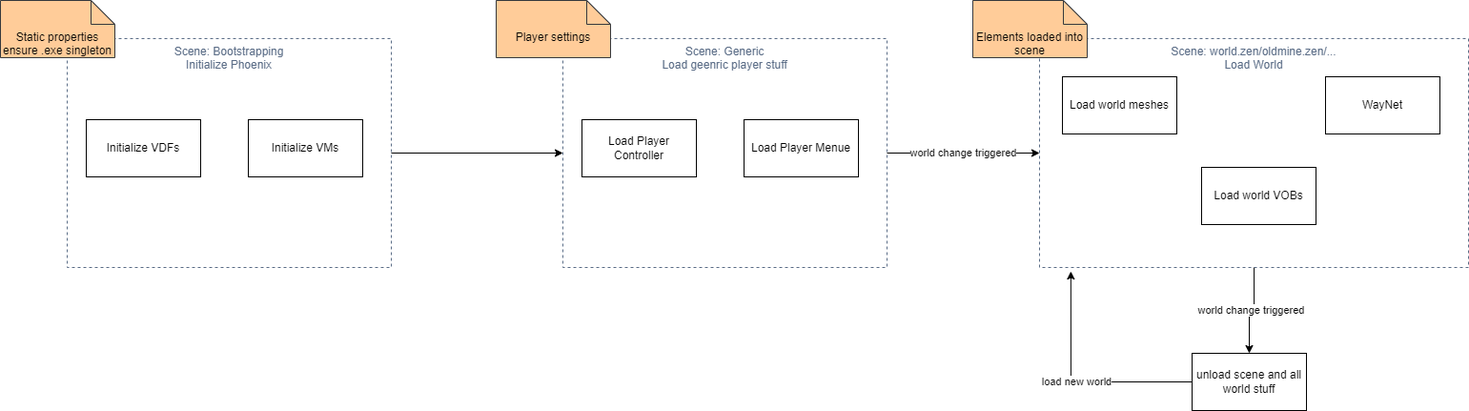
Above: docs/assets/diagrams/SceneLoading.drawio.png in GothicVRProject/GothicVR (draw.io), before the change. Source tidied: cells renumbered, new cells last; positions are measured from the earlier drawing's top-left corner, leaving out a move shared by most shapes.
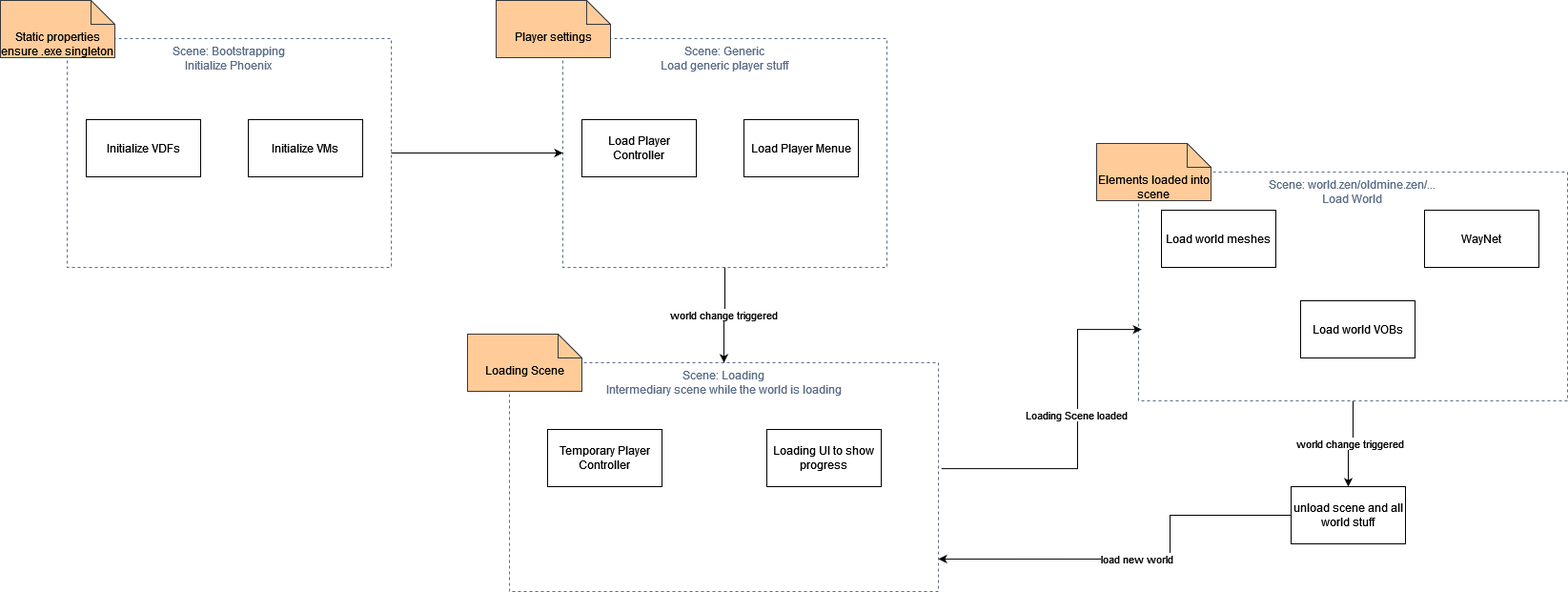
After the change.

Commit message:
coroutine world and vob creation

The edit, as a diff of the source:
```diff
@@ -6,22 +6,22 @@
       <mxGeometry relative="1" as="geometry" />
     </mxCell>
     <mxCell id="3" value="Scene: world.zen/oldmine.zen/...&lt;br&gt;Load World" style="fillColor=none;strokeColor=#5A6C86;dashed=1;verticalAlign=top;fontStyle=0;fontColor=#5A6C86;whiteSpace=wrap;html=1;" parent="1" vertex="1">
-      <mxGeometry x="1090" y="40" width="450" height="240" as="geometry" />
+      <mxGeometry x="1194" y="180" width="450" height="240" as="geometry" />
     </mxCell>
-    <mxCell id="4" value="world change triggered" style="edgeStyle=orthogonalEdgeStyle;rounded=0;jettySize=auto;html=1;" parent="1" edge="1" source="5" target="3">
+    <mxCell id="4" value="world change triggered" style="edgeStyle=orthogonalEdgeStyle;rounded=0;jettySize=auto;html=1;entryX=0.5;entryY=0;entryDx=0;entryDy=0;" parent="1" edge="1" source="5" target="22">
       <mxGeometry relative="1" as="geometry" />
     </mxCell>
-    <mxCell id="5" value="Scene: Generic&lt;br&gt;Load geenric player stuff" style="fillColor=none;strokeColor=#5A6C86;dashed=1;verticalAlign=top;fontStyle=0;fontColor=#5A6C86;whiteSpace=wrap;html=1;" parent="1" vertex="1">
+    <mxCell id="5" value="Scene: Generic&lt;br&gt;Load generic player stuff" style="fillColor=none;strokeColor=#5A6C86;dashed=1;verticalAlign=top;fontStyle=0;fontColor=#5A6C86;whiteSpace=wrap;html=1;" parent="1" vertex="1">
       <mxGeometry x="590" y="40" width="340" height="240" as="geometry" />
     </mxCell>
     <mxCell id="6" value="Load world meshes" style="rounded=0;whiteSpace=wrap;html=1;" parent="1" vertex="1">
-      <mxGeometry x="1114" y="80" width="120" height="60" as="geometry" />
+      <mxGeometry x="1218" y="220" width="120" height="60" as="geometry" />
     </mxCell>
     <mxCell id="7" value="Load world VOBs" style="rounded=0;whiteSpace=wrap;html=1;" parent="1" vertex="1">
-      <mxGeometry x="1260" y="175" width="120" height="60" as="geometry" />
+      <mxGeometry x="1364" y="315" width="120" height="60" as="geometry" />
     </mxCell>
     <mxCell id="8" value="WayNet" style="rounded=0;whiteSpace=wrap;html=1;" parent="1" vertex="1">
-      <mxGeometry x="1390" y="80" width="120" height="60" as="geometry" />
+      <mxGeometry x="1494" y="220" width="120" height="60" as="geometry" />
     </mxCell>
     <mxCell id="9" value="Load Player Menue" style="rounded=0;whiteSpace=wrap;html=1;" parent="1" vertex="1">
       <mxGeometry x="780" y="125" width="120" height="60" as="geometry" />
@@ -29,21 +29,22 @@
     <mxCell id="10" value="Load Player Controller" style="rounded=0;whiteSpace=wrap;html=1;" parent="1" vertex="1">
       <mxGeometry x="610" y="125" width="120" height="60" as="geometry" />
     </mxCell>
-    <mxCell id="11" value="load new world" style="edgeStyle=orthogonalEdgeStyle;rounded=0;jettySize=auto;html=1;entryX=0.073;entryY=1.017;entryDx=0;entryDy=0;entryPerimeter=0;exitX=0;exitY=0.5;exitDx=0;exitDy=0;" parent="1" edge="1" source="12" target="3">
+    <mxCell id="11" value="load new world" style="edgeStyle=orthogonalEdgeStyle;rounded=0;jettySize=auto;html=1;entryX=1;entryY=0.858;entryDx=0;entryDy=0;entryPerimeter=0;exitX=0;exitY=0.5;exitDx=0;exitDy=0;" parent="1" edge="1" source="12" target="22">
       <mxGeometry relative="1" as="geometry">
         <Array as="points">
-          <mxPoint x="1123" y="400" />
+          <mxPoint x="1227" y="540" />
+          <mxPoint x="1227" y="586" />
         </Array>
       </mxGeometry>
     </mxCell>
     <mxCell id="12" value="unload scene and all world stuff" style="rounded=0;whiteSpace=wrap;html=1;" parent="1" vertex="1">
-      <mxGeometry x="1250" y="370" width="120" height="60" as="geometry" />
+      <mxGeometry x="1354" y="510" width="120" height="60" as="geometry" />
     </mxCell>
     <mxCell id="13" value="Player settings" style="shape=note2;boundedLbl=1;whiteSpace=wrap;html=1;size=25;verticalAlign=top;align=center;fillColor=#ffcc99;strokeColor=#36393d;" parent="1" vertex="1">
       <mxGeometry x="520" width="120" height="60" as="geometry" />
     </mxCell>
     <mxCell id="14" value="Elements loaded into scene" style="shape=note2;boundedLbl=1;whiteSpace=wrap;html=1;size=25;verticalAlign=top;align=center;fillColor=#ffcc99;strokeColor=#36393d;" parent="1" vertex="1">
-      <mxGeometry x="1020" width="120" height="60" as="geometry" />
+      <mxGeometry x="1150" y="150" width="120" height="60" as="geometry" />
     </mxCell>
     <mxCell id="15" style="edgeStyle=orthogonalEdgeStyle;rounded=0;jettySize=auto;html=1;" parent="1" edge="1" source="16" target="5">
       <mxGeometry relative="1" as="geometry" />
@@ -60,5 +61,28 @@
     <mxCell id="19" value="Static properties ensure .exe singleton" style="shape=note2;boundedLbl=1;whiteSpace=wrap;html=1;size=25;verticalAlign=top;align=center;fillColor=#ffcc99;strokeColor=#36393d;" parent="1" vertex="1">
       <mxGeometry width="120" height="60" as="geometry" />
     </mxCell>
+    <mxCell id="20" style="edgeStyle=orthogonalEdgeStyle;rounded=0;jettySize=auto;html=1;entryX=0.007;entryY=0.688;entryDx=0;entryDy=0;entryPerimeter=0;exitX=1.007;exitY=0.463;exitDx=0;exitDy=0;exitPerimeter=0;" parent="1" edge="1" source="22" target="3">
+      <mxGeometry relative="1" as="geometry">
+        <Array as="points">
+          <mxPoint x="1130" y="491" />
+          <mxPoint x="1130" y="345" />
+        </Array>
+      </mxGeometry>
+    </mxCell>
+    <mxCell id="21" value="Loading Scene loaded" style="edgeLabel;html=1;align=center;verticalAlign=middle;" parent="20" vertex="1">
+      <mxGeometry x="0.12" y="2" relative="1" as="geometry" />
+    </mxCell>
+    <mxCell id="22" value="Scene: Loading&lt;br&gt;Intermediary scene while the world is loading" style="fillColor=none;strokeColor=#5A6C86;dashed=1;verticalAlign=top;fontStyle=0;fontColor=#5A6C86;whiteSpace=wrap;html=1;" parent="1" vertex="1">
+      <mxGeometry x="534" y="380" width="450" height="240" as="geometry" />
+    </mxCell>
+    <mxCell id="23" value="Loading Scene" style="shape=note2;boundedLbl=1;whiteSpace=wrap;html=1;size=25;verticalAlign=top;align=center;fillColor=#ffcc99;strokeColor=#36393d;" parent="1" vertex="1">
+      <mxGeometry x="490" y="350" width="120" height="60" as="geometry" />
+    </mxCell>
+    <mxCell id="24" value="Temporary Player Controller" style="rounded=0;whiteSpace=wrap;html=1;" parent="1" vertex="1">
+      <mxGeometry x="574" y="450" width="120" height="60" as="geometry" />
+    </mxCell>
+    <mxCell id="25" value="Loading UI to show progress" style="rounded=0;whiteSpace=wrap;html=1;" parent="1" vertex="1">
+      <mxGeometry x="804" y="450" width="120" height="60" as="geometry" />
+    </mxCell>
   </root>
 </mxGraphModel>
```
